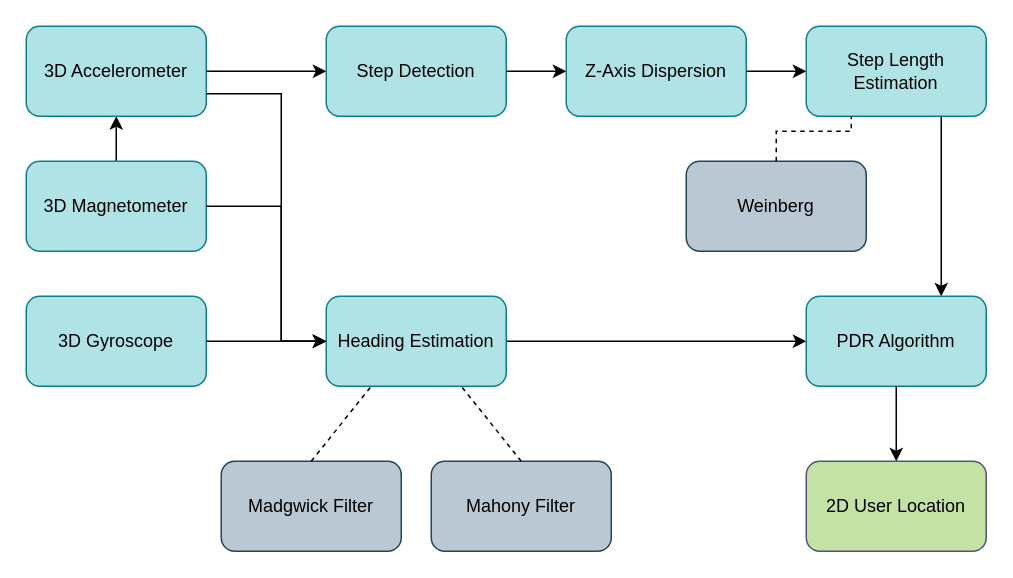
Awesome-sw8-project/P8 keeps this draw.io diagram as Images/Experiments/pdr.drawio. Above is the earlier version. Source tidied: cells renumbered, new cells numbered last; positions are measured from the earlier drawing's top-left corner, leaving out a move shared by most shapes. Both pictures are drawn from the tidied source at 150%, with x=0, y=0 at pixel (26, 26).
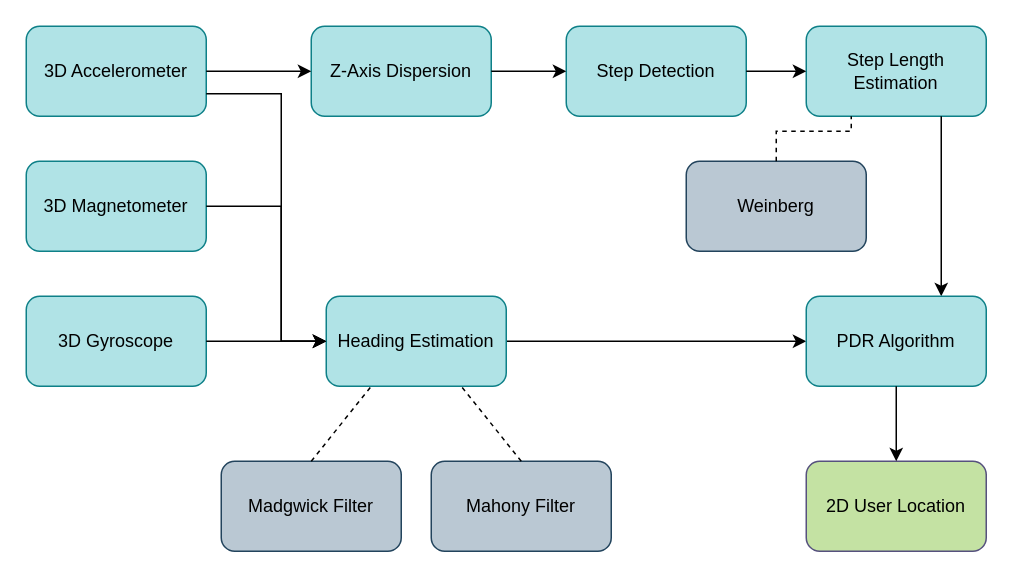
Above is the later version.

Unchanged cells that the change refers to:
```xml
<mxCell id="4" value="3D Magnetometer" style="rounded=1;whiteSpace=wrap;html=1;fillColor=#b0e3e6;strokeColor=#0e8088;" parent="1" vertex="1">
  <mxGeometry y="90" width="120" height="60" as="geometry" />
</mxCell>
<mxCell id="5" value="3D Accelerometer" style="rounded=1;whiteSpace=wrap;html=1;fillColor=#b0e3e6;strokeColor=#0e8088;" parent="1" vertex="1">
  <mxGeometry width="120" height="60" as="geometry" />
</mxCell>
```

Diff of the diagram source:
```diff
@@
-    <mxCell id="3" style="edgeStyle=orthogonalEdgeStyle;rounded=0;jettySize=auto;html=1;" parent="1" edge="1" source="4" target="5">
-      <mxGeometry relative="1" as="geometry" />
-    </mxCell>
@@
-    <mxCell id="6" value="Step Detection" style="rounded=1;whiteSpace=wrap;html=1;fillColor=#b0e3e6;strokeColor=#0e8088;" parent="1" vertex="1">
-      <mxGeometry x="200" width="120" height="60" as="geometry" />
+    <mxCell id="6" value="Z-Axis Dispersion" style="rounded=1;whiteSpace=wrap;html=1;fillColor=#b0e3e6;strokeColor=#0e8088;" parent="1" vertex="1">
+      <mxGeometry x="190" width="120" height="60" as="geometry" />
     </mxCell>
-    <mxCell id="7" value="Z-Axis Dispersion" style="rounded=1;whiteSpace=wrap;html=1;fillColor=#b0e3e6;strokeColor=#0e8088;" parent="1" vertex="1">
+    <mxCell id="7" value="Step Detection" style="rounded=1;whiteSpace=wrap;html=1;fillColor=#b0e3e6;strokeColor=#0e8088;" parent="1" vertex="1">
       <mxGeometry x="360" width="120" height="60" as="geometry" />
     </mxCell>
```
